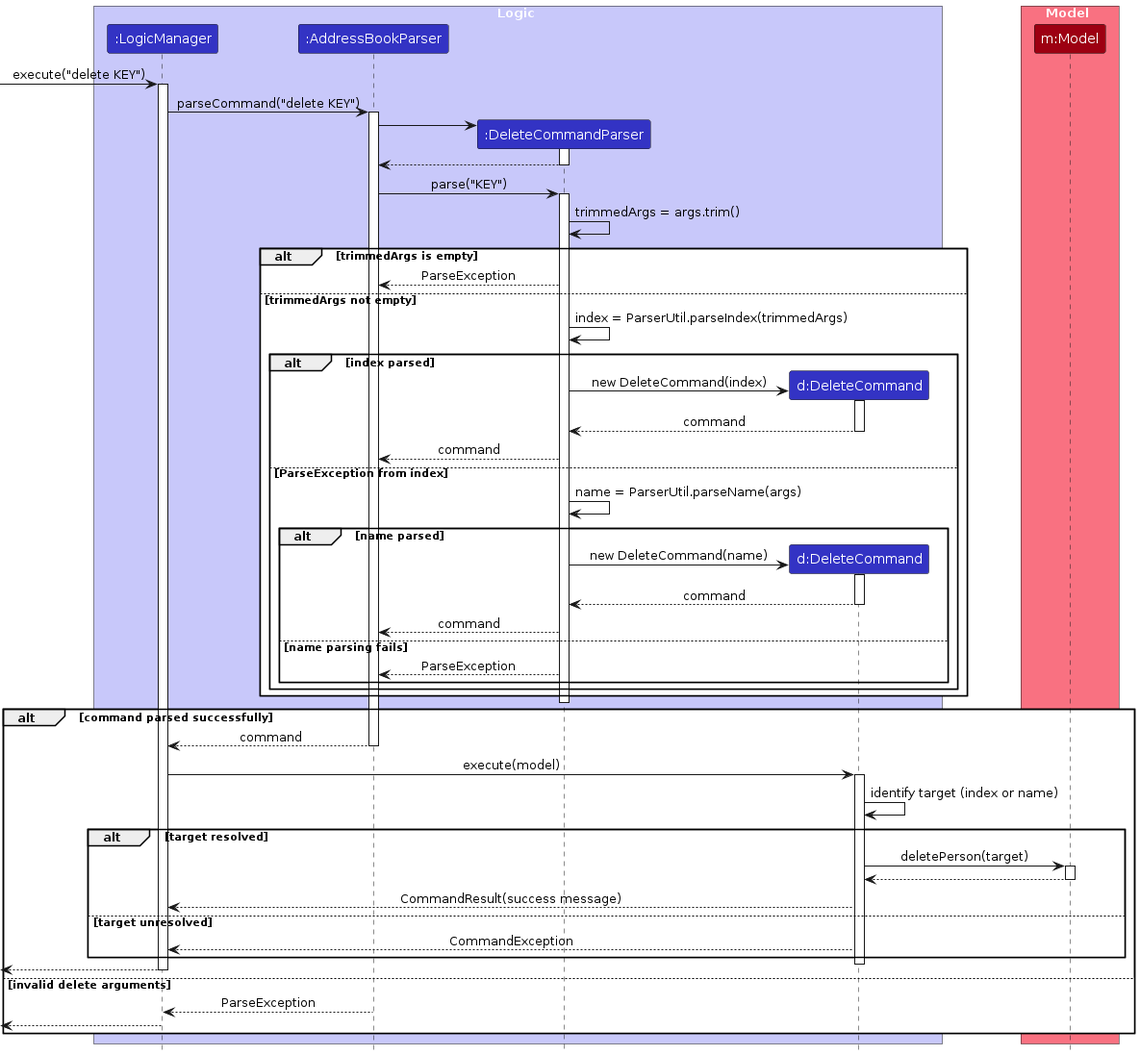
Above: diagrams/DeleteSequenceDiagram.png in joelchongg/tp (PlantUML), before the change. Its source is kept beside it as diagrams/DeleteSequenceDiagram.puml.
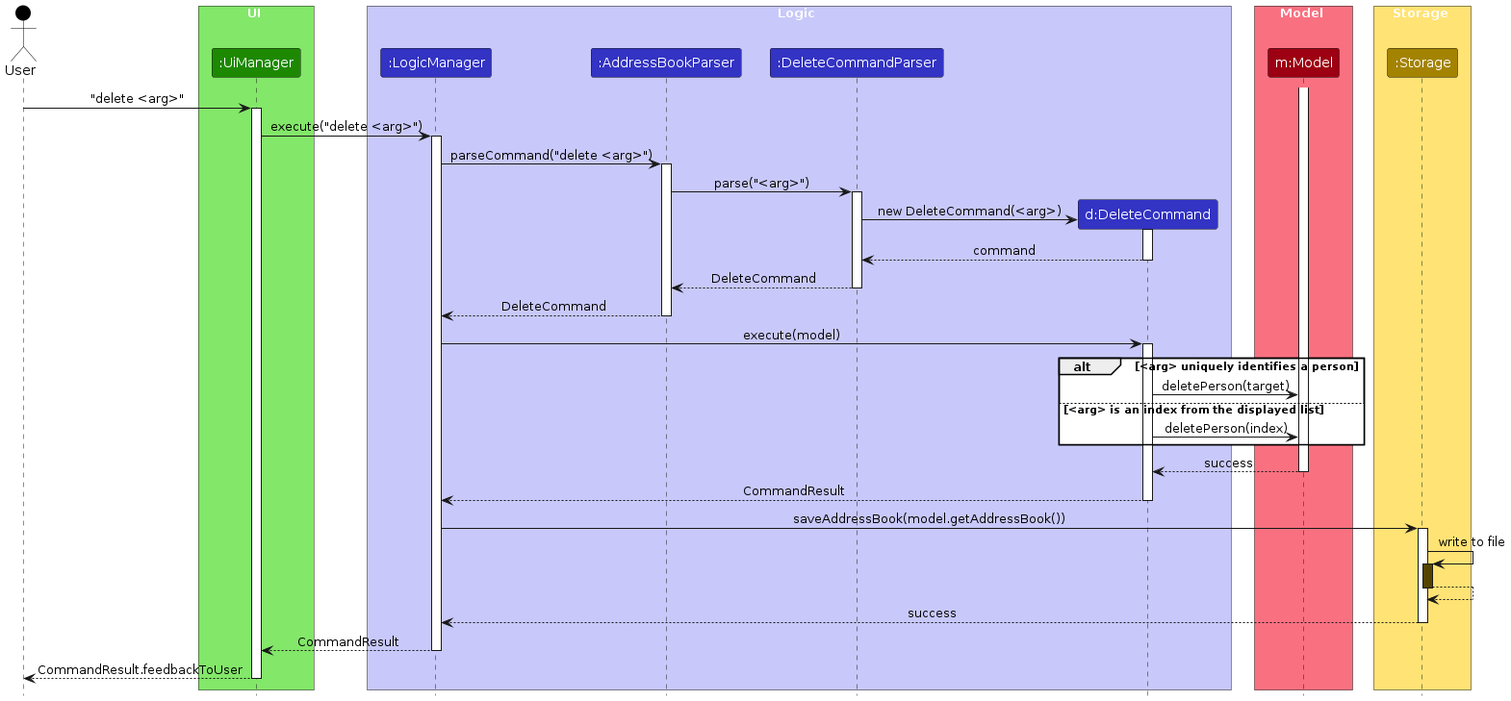
After the change.

What changed in the source:
```diff
@@ -2,6 +2,12 @@
 !include style.puml
 skinparam ArrowFontStyle plain
 skinparam boxPadding 10
+
+Actor User as user USER_COLOR
+
+box UI UI_COLOR_T1
+participant ":UiManager" as UiManager UI_COLOR
+end box
 
 box Logic LOGIC_COLOR_T1
 participant ":LogicManager" as LogicManager LOGIC_COLOR
@@ -14,83 +20,61 @@
 participant "m:Model" as Model MODEL_COLOR
 end box
 
-[-> LogicManager : execute("delete KEY")
+box Storage STORAGE_COLOR_T1
+participant ":Storage" as Storage STORAGE_COLOR
+end box
+
+user -> UiManager : "delete <arg>"
+activate UiManager
+
+UiManager -> LogicManager : execute("delete <arg>")
 activate LogicManager
 
-LogicManager -> AddressBookParser : parseCommand("delete KEY")
+LogicManager -> AddressBookParser : parseCommand("delete <arg>")
 activate AddressBookParser
 
-create DeleteCommandParser
-AddressBookParser -> DeleteCommandParser
+AddressBookParser -> DeleteCommandParser : parse("<arg>")
 activate DeleteCommandParser
 
-DeleteCommandParser --> AddressBookParser
+create DeleteCommand
+DeleteCommandParser -> DeleteCommand : new DeleteCommand(<arg>)
+activate DeleteCommand
+DeleteCommand --> DeleteCommandParser : command
+deactivate DeleteCommand
+
+DeleteCommandParser --> AddressBookParser : DeleteCommand
 deactivate DeleteCommandParser
 
-AddressBookParser -> DeleteCommandParser : parse("KEY")
-activate DeleteCommandParser
+AddressBookParser --> LogicManager : DeleteCommand
+deactivate AddressBookParser
 
-DeleteCommandParser -> DeleteCommandParser : trimmedArgs = args.trim()
+LogicManager -> DeleteCommand : execute(model)
+activate DeleteCommand
 
-alt trimmedArgs is empty
-    DeleteCommandParser --> AddressBookParser : ParseException
-else trimmedArgs not empty
-    DeleteCommandParser -> DeleteCommandParser : index = ParserUtil.parseIndex(trimmedArgs)
+alt <arg> uniquely identifies a person
+    DeleteCommand -> Model : deletePerson(target)
+else <arg> is an index from the displayed list
+    DeleteCommand -> Model : deletePerson(index)
+end
+activate Model
+Model --> DeleteCommand : success
+deactivate Model
 
-    alt index parsed
-        create DeleteCommand
-        DeleteCommandParser -> DeleteCommand : new DeleteCommand(index)
-        activate DeleteCommand
-        DeleteCommand --> DeleteCommandParser : command
-        deactivate DeleteCommand
-        DeleteCommandParser --> AddressBookParser : command
-    else ParseException from index
-        DeleteCommandParser -> DeleteCommandParser : name = ParserUtil.parseName(args)
+DeleteCommand --> LogicManager : CommandResult
+deactivate DeleteCommand
 
-        alt name parsed
-            create DeleteCommand
-            DeleteCommandParser -> DeleteCommand : new DeleteCommand(name)
-            activate DeleteCommand
-            DeleteCommand --> DeleteCommandParser : command
-            deactivate DeleteCommand
-            DeleteCommandParser --> AddressBookParser : command
-        else name parsing fails
-            DeleteCommandParser --> AddressBookParser : ParseException
-        end
-    end
-end
+LogicManager -> Storage : saveAddressBook(model.getAddressBook())
+activate Storage
+Storage -> Storage : write to file
+activate Storage STORAGE_COLOR_T2
+Storage --> Storage
+deactivate Storage
+Storage --> LogicManager : success
+deactivate Storage
 
-deactivate DeleteCommandParser
+LogicManager --> UiManager : CommandResult
+deactivate LogicManager
 
-alt command parsed successfully
-    AddressBookParser --> LogicManager : command
-    deactivate AddressBookParser
-
-    LogicManager -> DeleteCommand : execute(model)
-    activate DeleteCommand
-
-    DeleteCommand -> DeleteCommand : identify target (index or name)
-
-    alt target resolved
-        DeleteCommand -> Model : deletePerson(target)
-        activate Model
-        Model --> DeleteCommand
-        deactivate Model
-
-        DeleteCommand --> LogicManager : CommandResult(success message)
-    else target unresolved
-        DeleteCommand --> LogicManager : CommandException
-    end
-
-    deactivate DeleteCommand
-
-    [<-- LogicManager
-    deactivate LogicManager
-else invalid delete arguments
-    AddressBookParser --> LogicManager : ParseException
-    deactivate AddressBookParser
-
-    [<-- LogicManager
-    deactivate LogicManager
-end
+UiManager --> user : CommandResult.feedbackToUser
+deactivate UiManager
 @enduml
```
